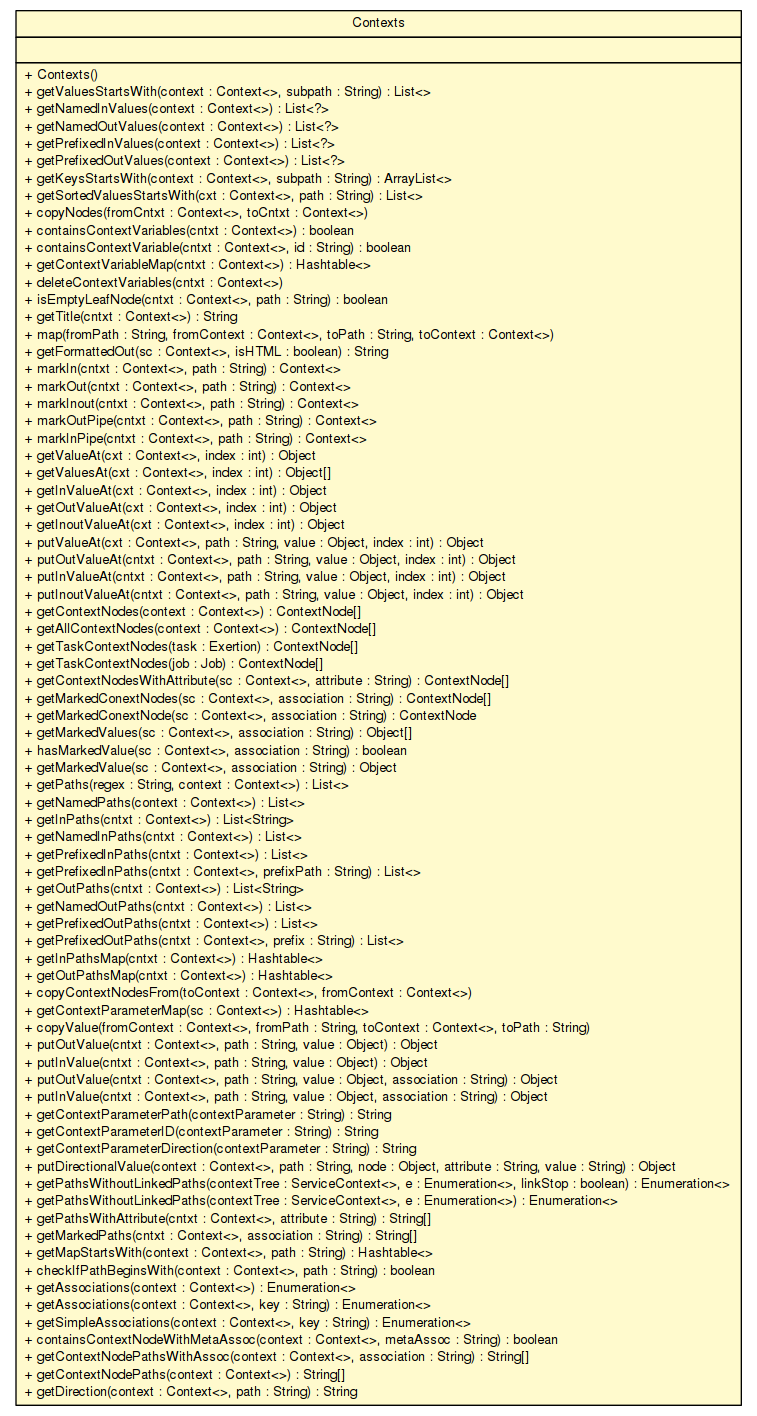
Above: apidocs/sorcer/core/context/Contexts.png in sorcersoft/sorcersoft.github.io (Graphviz), before the change. Its source is kept beside it as apidocs/sorcer/core/context/Contexts.dot. Its diagram source:
```dot

digraph G {
	edge [fontname="Helvetica",fontsize=10,labelfontname="Helvetica",labelfontsize=10];
	node [fontname="Helvetica",fontsize=10,shape=plaintext];
	nodesep=0.25;
	ranksep=0.5;
	c180178 [label=<<table title="sorcer.core.context.Contexts" border="0" cellborder="1" cellspacing="0" cellpadding="2" port="p" bgcolor="lemonChiffon" href="./Contexts.html">
		<tr><td><table border="0" cellspacing="0" cellpadding="1">
<tr><td align="center" balign="center"> Contexts </td></tr>
		</table></td></tr>
		<tr><td><table border="0" cellspacing="0" cellpadding="1">
<tr><td align="left" balign="left">  </td></tr>
		</table></td></tr>
		<tr><td><table border="0" cellspacing="0" cellpadding="1">
<tr><td align="left" balign="left"> + Contexts() </td></tr>
<tr><td align="left" balign="left"> + getValuesStartsWith(context : Context&lt;&gt;, subpath : String) : List&lt;&gt; </td></tr>
<tr><td align="left" balign="left"> + getNamedInValues(context : Context&lt;&gt;) : List&lt;?&gt; </td></tr>
<tr><td align="left" balign="left"> + getNamedOutValues(context : Context&lt;&gt;) : List&lt;?&gt; </td></tr>
<tr><td align="left" balign="left"> + getPrefixedInValues(context : Context&lt;&gt;) : List&lt;?&gt; </td></tr>
<tr><td align="left" balign="left"> + getPrefixedOutValues(context : Context&lt;&gt;) : List&lt;?&gt; </td></tr>
<tr><td align="left" balign="left"> + getKeysStartsWith(context : Context&lt;&gt;, subpath : String) : ArrayList&lt;&gt; </td></tr>
<tr><td align="left" balign="left"> + getSortedValuesStartsWith(cxt : Context&lt;&gt;, path : String) : List&lt;&gt; </td></tr>
<tr><td align="left" balign="left"> + copyNodes(fromCntxt : Context&lt;&gt;, toCntxt : Context&lt;&gt;) </td></tr>
<tr><td align="left" balign="left"> + containsContextVariables(cntxt : Context&lt;&gt;) : boolean </td></tr>
<tr><td align="left" balign="left"> + containsContextVariable(cntxt : Context&lt;&gt;, id : String) : boolean </td></tr>
<tr><td align="left" balign="left"> + getContextVariableMap(cntxt : Context&lt;&gt;) : Hashtable&lt;&gt; </td></tr>
<tr><td align="left" balign="left"> + deleteContextVariables(cntxt : Context&lt;&gt;) </td></tr>
<tr><td align="left" balign="left"> + isEmptyLeafNode(cntxt : Context&lt;&gt;, path : String) : boolean </td></tr>
<tr><td align="left" balign="left"> + getTitle(cntxt : Context&lt;&gt;) : String </td></tr>
<tr><td align="left" balign="left"> + map(fromPath : String, fromContext : Context&lt;&gt;, toPath : String, toContext : Context&lt;&gt;) </td></tr>
<tr><td align="left" balign="left"> + getFormattedOut(sc : Context&lt;&gt;, isHTML : boolean) : String </td></tr>
<tr><td align="left" balign="left"> + markIn(cntxt : Context&lt;&gt;, path : String) : Context&lt;&gt; </td></tr>
<tr><td align="left" balign="left"> + markOut(cntxt : Context&lt;&gt;, path : String) : Context&lt;&gt; </td></tr>
<tr><td align="left" balign="left"> + markInout(cntxt : Context&lt;&gt;, path : String) : Context&lt;&gt; </td></tr>
<tr><td align="left" balign="left"> + markOutPipe(cntxt : Context&lt;&gt;, path : String) : Context&lt;&gt; </td></tr>
<tr><td align="left" balign="left"> + markInPipe(cntxt : Context&lt;&gt;, path : String) : Context&lt;&gt; </td></tr>
<tr><td align="left" balign="left"> + getValueAt(cxt : Context&lt;&gt;, index : int) : Object </td></tr>
<tr><td align="left" balign="left"> + getValuesAt(cxt : Context&lt;&gt;, index : int) : Object[] </td></tr>
<tr><td align="left" balign="left"> + getInValueAt(cxt : Context&lt;&gt;, index : int) : Object </td></tr>
<tr><td align="left" balign="left"> + getOutValueAt(cxt : Context&lt;&gt;, index : int) : Object </td></tr>
<tr><td align="left" balign="left"> + getInoutValueAt(cxt : Context&lt;&gt;, index : int) : Object </td></tr>
<tr><td align="left" balign="left"> + putValueAt(cxt : Context&lt;&gt;, path : String, value : Object, index : int) : Object </td></tr>
<tr><td align="left" balign="left"> + putOutValueAt(cntxt : Context&lt;&gt;, path : String, value : Object, index : int) : Object </td></tr>
<tr><td align="left" balign="left"> + putInValueAt(cntxt : Context&lt;&gt;, path : String, value : Object, index : int) : Object </td></tr>
<tr><td align="left" balign="left"> + putInoutValueAt(cntxt : Context&lt;&gt;, path : String, value : Object, index : int) : Object </td></tr>
<tr><td align="left" balign="left"> + getContextNodes(context : Context&lt;&gt;) : ContextNode[] </td></tr>
<tr><td align="left" balign="left"> + getAllContextNodes(context : Context&lt;&gt;) : ContextNode[] </td></tr>
<tr><td align="left" balign="left"> + getTaskContextNodes(task : Exertion) : ContextNode[] </td></tr>
<tr><td align="left" balign="left"> + getTaskContextNodes(job : Job) : ContextNode[] </td></tr>
<tr><td align="left" balign="left"> + getContextNodesWithAttribute(sc : Context&lt;&gt;, attribute : String) : ContextNode[] </td></tr>
<tr><td align="left" balign="left"> + getMarkedConextNodes(sc : Context&lt;&gt;, association : String) : ContextNode[] </td></tr>
<tr><td align="left" balign="left"> + getMarkedConextNode(sc : Context&lt;&gt;, association : String) : ContextNode </td></tr>
<tr><td align="left" balign="left"> + getMarkedValues(sc : Context&lt;&gt;, association : String) : Object[] </td></tr>
<tr><td align="left" balign="left"> + hasMarkedValue(sc : Context&lt;&gt;, association : String) : boolean </td></tr>
<tr><td align="left" balign="left"> + getMarkedValue(sc : Context&lt;&gt;, association : String) : Object </td></tr>
<tr><td align="left" balign="left"> + getPaths(regex : String, context : Context&lt;&gt;) : List&lt;&gt; </td></tr>
<tr><td align="left" balign="left"> + getNamedPaths(context : Context&lt;&gt;) : List&lt;&gt; </td></tr>
<tr><td align="left" balign="left"> + getInPaths(cntxt : Context&lt;&gt;) : List&lt;String&gt; </td></tr>
<tr><td align="left" balign="left"> + getNamedInPaths(cntxt : Context&lt;&gt;) : List&lt;&gt; </td></tr>
<tr><td align="left" balign="left"> + getPrefixedInPaths(cntxt : Context&lt;&gt;) : List&lt;&gt; </td></tr>
<tr><td align="left" balign="left"> + getPrefixedInPaths(cntxt : Context&lt;&gt;, prefixPath : String) : List&lt;&gt; </td></tr>
<tr><td align="left" balign="left"> + getOutPaths(cntxt : Context&lt;&gt;) : List&lt;String&gt; </td></tr>
<tr><td align="left" balign="left"> + getNamedOutPaths(cntxt : Context&lt;&gt;) : List&lt;&gt; </td></tr>
<tr><td align="left" balign="left"> + getPrefixedOutPaths(cntxt : Context&lt;&gt;) : List&lt;&gt; </td></tr>
<tr><td align="left" balign="left"> + getPrefixedOutPaths(cntxt : Context&lt;&gt;, prefix : String) : List&lt;&gt; </td></tr>
<tr><td align="left" balign="left"> + getInPathsMap(cntxt : Context&lt;&gt;) : Hashtable&lt;&gt; </td></tr>
<tr><td align="left" balign="left"> + getOutPathsMap(cntxt : Context&lt;&gt;) : Hashtable&lt;&gt; </td></tr>
<tr><td align="left" balign="left"> + copyContextNodesFrom(toContext : Context&lt;&gt;, fromContext : Context&lt;&gt;) </td></tr>
<tr><td align="left" balign="left"> + getContextParameterMap(sc : Context&lt;&gt;) : Hashtable&lt;&gt; </td></tr>
<tr><td align="left" balign="left"> + copyValue(fromContext : Context&lt;&gt;, fromPath : String, toContext : Context&lt;&gt;, toPath : String) </td></tr>
<tr><td align="left" balign="left"> + putOutValue(cntxt : Context&lt;&gt;, path : String, value : Object) : Object </td></tr>
<tr><td align="left" balign="left"> + putInValue(cntxt : Context&lt;&gt;, path : String, value : Object) : Object </td></tr>
<tr><td align="left" balign="left"> + putOutValue(cntxt : Context&lt;&gt;, path : String, value : Object, association : String) : Object </td></tr>
<tr><td align="left" balign="left"> + putInValue(cntxt : Context&lt;&gt;, path : String, value : Object, association : String) : Object </td></tr>
<tr><td align="left" balign="left"> + getContextParameterPath(contextParameter : String) : String </td></tr>
<tr><td align="left" balign="left"> + getContextParameterID(contextParameter : String) : String </td></tr>
<tr><td align="left" balign="left"> + getContextParameterDirection(contextParameter : String) : String </td></tr>
<tr><td align="left" balign="left"> + putDirectionalValue(context : Context&lt;&gt;, path : String, node : Object, attribute : String, value : String) : Object </td></tr>
<tr><td align="left" balign="left"> + getPathsWithoutLinkedPaths(contextTree : ServiceContext&lt;&gt;, e : Enumeration&lt;&gt;, linkStop : boolean) : Enumeration&lt;&gt; </td></tr>
<tr><td align="left" balign="left"> + getPathsWithoutLinkedPaths(contextTree : ServiceContext&lt;&gt;, e : Enumeration&lt;&gt;) : Enumeration&lt;&gt; </td></tr>
<tr><td align="left" balign="left"> + getPathsWithAttribute(cntxt : Context&lt;&gt;, attribute : String) : String[] </td></tr>
<tr><td align="left" balign="left"> + getMarkedPaths(cntxt : Context&lt;&gt;, association : String) : String[] </td></tr>
<tr><td align="left" balign="left"> + getMapStartsWith(context : Context&lt;&gt;, path : String) : Hashtable&lt;&gt; </td></tr>
<tr><td align="left" balign="left"> + checkIfPathBeginsWith(context : Context&lt;&gt;, path : String) : boolean </td></tr>
<tr><td align="left" balign="left"> + getAssociations(context : Context&lt;&gt;) : Enumeration&lt;&gt; </td></tr>
<tr><td align="left" balign="left"> + getAssociations(context : Context&lt;&gt;, key : String) : Enumeration&lt;&gt; </td></tr>
<tr><td align="left" balign="left"> + getSimpleAssociations(context : Context&lt;&gt;, key : String) : Enumeration&lt;&gt; </td></tr>
<tr><td align="left" balign="left"> + containsContextNodeWithMetaAssoc(context : Context&lt;&gt;, metaAssoc : String) : boolean </td></tr>
<tr><td align="left" balign="left"> + getContextNodePathsWithAssoc(context : Context&lt;&gt;, association : String) : String[] </td></tr>
<tr><td align="left" balign="left"> + getContextNodePaths(context : Context&lt;&gt;) : String[] </td></tr>
<tr><td align="left" balign="left"> + getDirection(context : Context&lt;&gt;, path : String) : String </td></tr>
		</table></td></tr>
		</table>>, URL="./Contexts.html", fontname="Helvetica", fontcolor="black", fontsize=10.0];
}
```
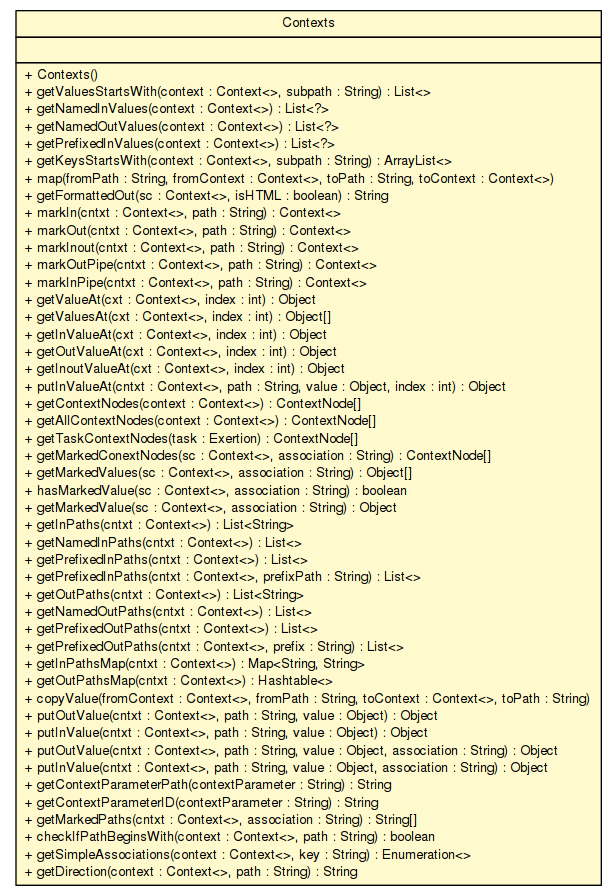
After the commit.

What changed in the source:
```diff
@@ -4,7 +4,7 @@
 	node [fontname="Helvetica",fontsize=10,shape=plaintext];
 	nodesep=0.25;
 	ranksep=0.5;
-	c180178 [label=<<table title="sorcer.core.context.Contexts" border="0" cellborder="1" cellspacing="0" cellpadding="2" port="p" bgcolor="lemonChiffon" href="./Contexts.html">
+	c190100 [label=<<table title="sorcer.core.context.Contexts" border="0" cellborder="1" cellspacing="0" cellpadding="2" port="p" bgcolor="lemonChiffon" href="./Contexts.html">
 		<tr><td><table border="0" cellspacing="0" cellpadding="1">
 <tr><td align="center" balign="center"> Contexts </td></tr>
 		</table></td></tr>
@@ -17,16 +17,7 @@
 <tr><td align="left" balign="left"> + getNamedInValues(context : Context&lt;&gt;) : List&lt;?&gt; </td></tr>
 <tr><td align="left" balign="left"> + getNamedOutValues(context : Context&lt;&gt;) : List&lt;?&gt; </td></tr>
 <tr><td align="left" balign="left"> + getPrefixedInValues(context : Context&lt;&gt;) : List&lt;?&gt; </td></tr>
-<tr><td align="left" balign="left"> + getPrefixedOutValues(context : Context&lt;&gt;) : List&lt;?&gt; </td></tr>
 <tr><td align="left" balign="left"> + getKeysStartsWith(context : Context&lt;&gt;, subpath : String) : ArrayList&lt;&gt; </td></tr>
-<tr><td align="left" balign="left"> + getSortedValuesStartsWith(cxt : Context&lt;&gt;, path : String) : List&lt;&gt; </td></tr>
-<tr><td align="left" balign="left"> + copyNodes(fromCntxt : Context&lt;&gt;, toCntxt : Context&lt;&gt;) </td></tr>
-<tr><td align="left" balign="left"> + containsContextVariables(cntxt : Context&lt;&gt;) : boolean </td></tr>
-<tr><td align="left" balign="left"> + containsContextVariable(cntxt : Context&lt;&gt;, id : String) : boolean </td></tr>
-<tr><td align="left" balign="left"> + getContextVariableMap(cntxt : Context&lt;&gt;) : Hashtable&lt;&gt; </td></tr>
-<tr><td align="left" balign="left"> + deleteContextVariables(cntxt : Context&lt;&gt;) </td></tr>
-<tr><td align="left" balign="left"> + isEmptyLeafNode(cntxt : Context&lt;&gt;, path : String) : boolean </td></tr>
-<tr><td align="left" balign="left"> + getTitle(cntxt : Context&lt;&gt;) : String </td></tr>
 <tr><td align="left" balign="left"> + map(fromPath : String, fromContext : Context&lt;&gt;, toPath : String, toContext : Context&lt;&gt;) </td></tr>
 <tr><td align="left" balign="left"> + getFormattedOut(sc : Context&lt;&gt;, isHTML : boolean) : String </td></tr>
 <tr><td align="left" balign="left"> + markIn(cntxt : Context&lt;&gt;, path : String) : Context&lt;&gt; </td></tr>
@@ -39,22 +30,14 @@
 <tr><td align="left" balign="left"> + getInValueAt(cxt : Context&lt;&gt;, index : int) : Object </td></tr>
 <tr><td align="left" balign="left"> + getOutValueAt(cxt : Context&lt;&gt;, index : int) : Object </td></tr>
 <tr><td align="left" balign="left"> + getInoutValueAt(cxt : Context&lt;&gt;, index : int) : Object </td></tr>
-<tr><td align="left" balign="left"> + putValueAt(cxt : Context&lt;&gt;, path : String, value : Object, index : int) : Object </td></tr>
-<tr><td align="left" balign="left"> + putOutValueAt(cntxt : Context&lt;&gt;, path : String, value : Object, index : int) : Object </td></tr>
 <tr><td align="left" balign="left"> + putInValueAt(cntxt : Context&lt;&gt;, path : String, value : Object, index : int) : Object </td></tr>
-<tr><td align="left" balign="left"> + putInoutValueAt(cntxt : Context&lt;&gt;, path : String, value : Object, index : int) : Object </td></tr>
 <tr><td align="left" balign="left"> + getContextNodes(context : Context&lt;&gt;) : ContextNode[] </td></tr>
 <tr><td align="left" balign="left"> + getAllContextNodes(context : Context&lt;&gt;) : ContextNode[] </td></tr>
 <tr><td align="left" balign="left"> + getTaskContextNodes(task : Exertion) : ContextNode[] </td></tr>
-<tr><td align="left" balign="left"> + getTaskContextNodes(job : Job) : ContextNode[] </td></tr>
-<tr><td align="left" balign="left"> + getContextNodesWithAttribute(sc : Context&lt;&gt;, attribute : String) : ContextNode[] </td></tr>
 <tr><td align="left" balign="left"> + getMarkedConextNodes(sc : Context&lt;&gt;, association : String) : ContextNode[] </td></tr>
-<tr><td align="left" balign="left"> + getMarkedConextNode(sc : Context&lt;&gt;, association : String) : ContextNode </td></tr>
 <tr><td align="left" balign="left"> + getMarkedValues(sc : Context&lt;&gt;, association : String) : Object[] </td></tr>
 <tr><td align="left" balign="left"> + hasMarkedValue(sc : Context&lt;&gt;, association : String) : boolean </td></tr>
 <tr><td align="left" balign="left"> + getMarkedValue(sc : Context&lt;&gt;, association : String) : Object </td></tr>
-<tr><td align="left" balign="left"> + getPaths(regex : String, context : Context&lt;&gt;) : List&lt;&gt; </td></tr>
-<tr><td align="left" balign="left"> + getNamedPaths(context : Context&lt;&gt;) : List&lt;&gt; </td></tr>
 <tr><td align="left" balign="left"> + getInPaths(cntxt : Context&lt;&gt;) : List&lt;String&gt; </td></tr>
 <tr><td align="left" balign="left"> + getNamedInPaths(cntxt : Context&lt;&gt;) : List&lt;&gt; </td></tr>
 <tr><td align="left" balign="left"> + getPrefixedInPaths(cntxt : Context&lt;&gt;) : List&lt;&gt; </td></tr>
@@ -63,10 +46,8 @@
 <tr><td align="left" balign="left"> + getNamedOutPaths(cntxt : Context&lt;&gt;) : List&lt;&gt; </td></tr>
 <tr><td align="left" balign="left"> + getPrefixedOutPaths(cntxt : Context&lt;&gt;) : List&lt;&gt; </td></tr>
 <tr><td align="left" balign="left"> + getPrefixedOutPaths(cntxt : Context&lt;&gt;, prefix : String) : List&lt;&gt; </td></tr>
-<tr><td align="left" balign="left"> + getInPathsMap(cntxt : Context&lt;&gt;) : Hashtable&lt;&gt; </td></tr>
+<tr><td align="left" balign="left"> + getInPathsMap(cntxt : Context&lt;&gt;) : Map&lt;String, String&gt; </td></tr>
 <tr><td align="left" balign="left"> + getOutPathsMap(cntxt : Context&lt;&gt;) : Hashtable&lt;&gt; </td></tr>
-<tr><td align="left" balign="left"> + copyContextNodesFrom(toContext : Context&lt;&gt;, fromContext : Context&lt;&gt;) </td></tr>
-<tr><td align="left" balign="left"> + getContextParameterMap(sc : Context&lt;&gt;) : Hashtable&lt;&gt; </td></tr>
 <tr><td align="left" balign="left"> + copyValue(fromContext : Context&lt;&gt;, fromPath : String, toContext : Context&lt;&gt;, toPath : String) </td></tr>
 <tr><td align="left" balign="left"> + putOutValue(cntxt : Context&lt;&gt;, path : String, value : Object) : Object </td></tr>
 <tr><td align="left" balign="left"> + putInValue(cntxt : Context&lt;&gt;, path : String, value : Object) : Object </td></tr>
@@ -74,20 +55,9 @@
 <tr><td align="left" balign="left"> + putInValue(cntxt : Context&lt;&gt;, path : String, value : Object, association : String) : Object </td></tr>
 <tr><td align="left" balign="left"> + getContextParameterPath(contextParameter : String) : String </td></tr>
 <tr><td align="left" balign="left"> + getContextParameterID(contextParameter : String) : String </td></tr>
-<tr><td align="left" balign="left"> + getContextParameterDirection(contextParameter : String) : String </td></tr>
-<tr><td align="left" balign="left"> + putDirectionalValue(context : Context&lt;&gt;, path : String, node : Object, attribute : String, value : String) : Object </td></tr>
-<tr><td align="left" balign="left"> + getPathsWithoutLinkedPaths(contextTree : ServiceContext&lt;&gt;, e : Enumeration&lt;&gt;, linkStop : boolean) : Enumeration&lt;&gt; </td></tr>
-<tr><td align="left" balign="left"> + getPathsWithoutLinkedPaths(contextTree : ServiceContext&lt;&gt;, e : Enumeration&lt;&gt;) : Enumeration&lt;&gt; </td></tr>
-<tr><td align="left" balign="left"> + getPathsWithAttribute(cntxt : Context&lt;&gt;, attribute : String) : String[] </td></tr>
 <tr><td align="left" balign="left"> + getMarkedPaths(cntxt : Context&lt;&gt;, association : String) : String[] </td></tr>
-<tr><td align="left" balign="left"> + getMapStartsWith(context : Context&lt;&gt;, path : String) : Hashtable&lt;&gt; </td></tr>
 <tr><td align="left" balign="left"> + checkIfPathBeginsWith(context : Context&lt;&gt;, path : String) : boolean </td></tr>
-<tr><td align="left" balign="left"> + getAssociations(context : Context&lt;&gt;) : Enumeration&lt;&gt; </td></tr>
-<tr><td align="left" balign="left"> + getAssociations(context : Context&lt;&gt;, key : String) : Enumeration&lt;&gt; </td></tr>
 <tr><td align="left" balign="left"> + getSimpleAssociations(context : Context&lt;&gt;, key : String) : Enumeration&lt;&gt; </td></tr>
-<tr><td align="left" balign="left"> + containsContextNodeWithMetaAssoc(context : Context&lt;&gt;, metaAssoc : String) : boolean </td></tr>
-<tr><td align="left" balign="left"> + getContextNodePathsWithAssoc(context : Context&lt;&gt;, association : String) : String[] </td></tr>
-<tr><td align="left" balign="left"> + getContextNodePaths(context : Context&lt;&gt;) : String[] </td></tr>
 <tr><td align="left" balign="left"> + getDirection(context : Context&lt;&gt;, path : String) : String </td></tr>
 		</table></td></tr>
 		</table>>, URL="./Contexts.html", fontname="Helvetica", fontcolor="black", fontsize=10.0];
```
